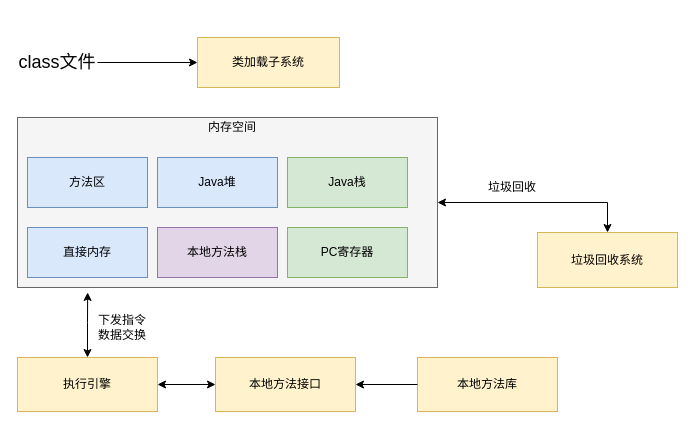
SenzhangN/Graph keeps this draw.io diagram as jvm内存模型.drawio. Above is the earlier version. Source tidied: cells renumbered, new cells numbered last; positions are measured from the earlier drawing's top-left corner, leaving out a move shared by most shapes. Both pictures are drawn from the tidied source at 100%, with x=0, y=0 at pixel (17, 37).
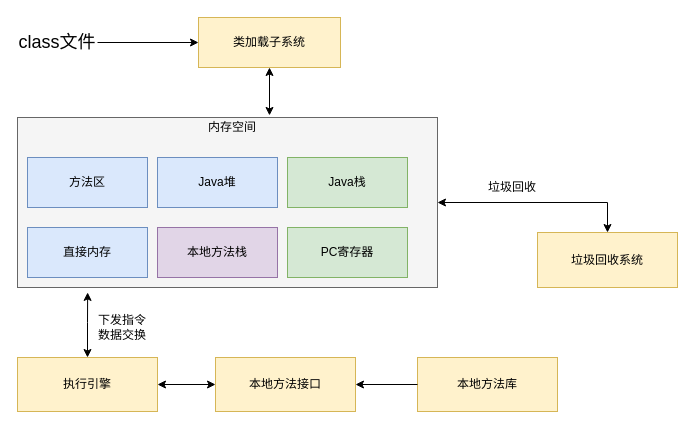
The same diagram, later.

The change refers to these unchanged cells:
```xml
<mxCell id="3" style="rounded=0;whiteSpace=wrap;html=1;fillColor=#f5f5f5;strokeColor=#666666;fontColor=#333333;" parent="1" vertex="1">
  <mxGeometry y="80" width="420" height="170" as="geometry" />
</mxCell>
```

Change to the diagram source:
```diff
@@
+    <mxCell id="23" style="edgeStyle=orthogonalEdgeStyle;rounded=0;jettySize=auto;html=1;exitX=0.5;exitY=1;exitDx=0;exitDy=0;entryX=0.6;entryY=-0.012;entryDx=0;entryDy=0;entryPerimeter=0;startArrow=classic;startFill=1;" parent="1" edge="1" source="4" target="3">
+      <mxGeometry relative="1" as="geometry" />
+    </mxCell>
+    <mxCell id="4" value="类加载子系统" style="rounded=0;whiteSpace=wrap;html=1;fillColor=#fff2cc;strokeColor=#d6b656;" parent="1" vertex="1">
+      <mxGeometry x="181" y="-20" width="142" height="50" as="geometry" />
+    </mxCell>
@@
-    <mxCell id="4" value="类加载子系统" style="rounded=0;whiteSpace=wrap;html=1;fillColor=#fff2cc;strokeColor=#d6b656;" parent="1" vertex="1">
-      <mxGeometry x="180" width="142" height="50" as="geometry" />
-    </mxCell>
@@
     <mxCell id="16" value="&lt;font style=&quot;font-size: 18px&quot;&gt;class文件&lt;/font&gt;" style="text;html=1;strokeColor=none;fillColor=none;align=center;verticalAlign=middle;whiteSpace=wrap;rounded=0;" parent="1" vertex="1">
-      <mxGeometry y="5" width="80" height="40" as="geometry" />
+      <mxGeometry y="-15" width="80" height="40" as="geometry" />
     </mxCell>
```
